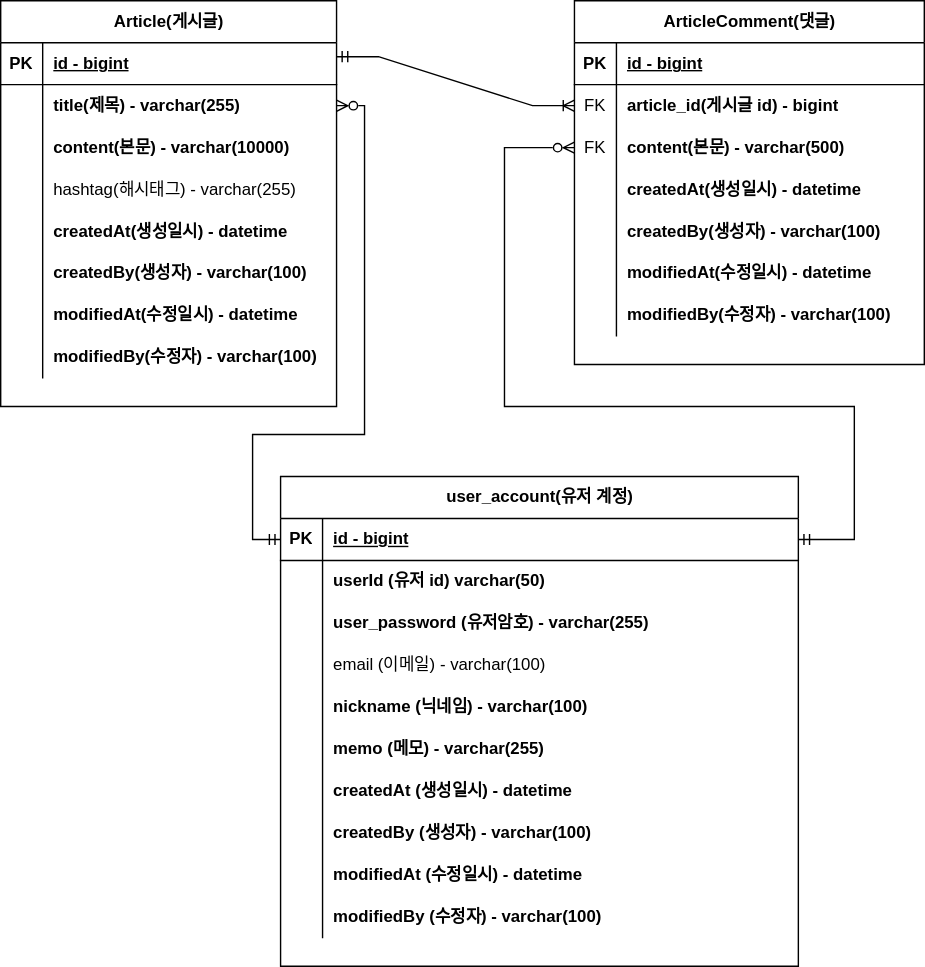
Earlier version of the draw.io export document/project-board-erd.svg (wkdwjdgns0920/fastcampus-project-board). Source tidied: cells renumbered, new cells last; positions are measured from the earlier drawing's top-left corner, leaving out a move shared by most shapes.
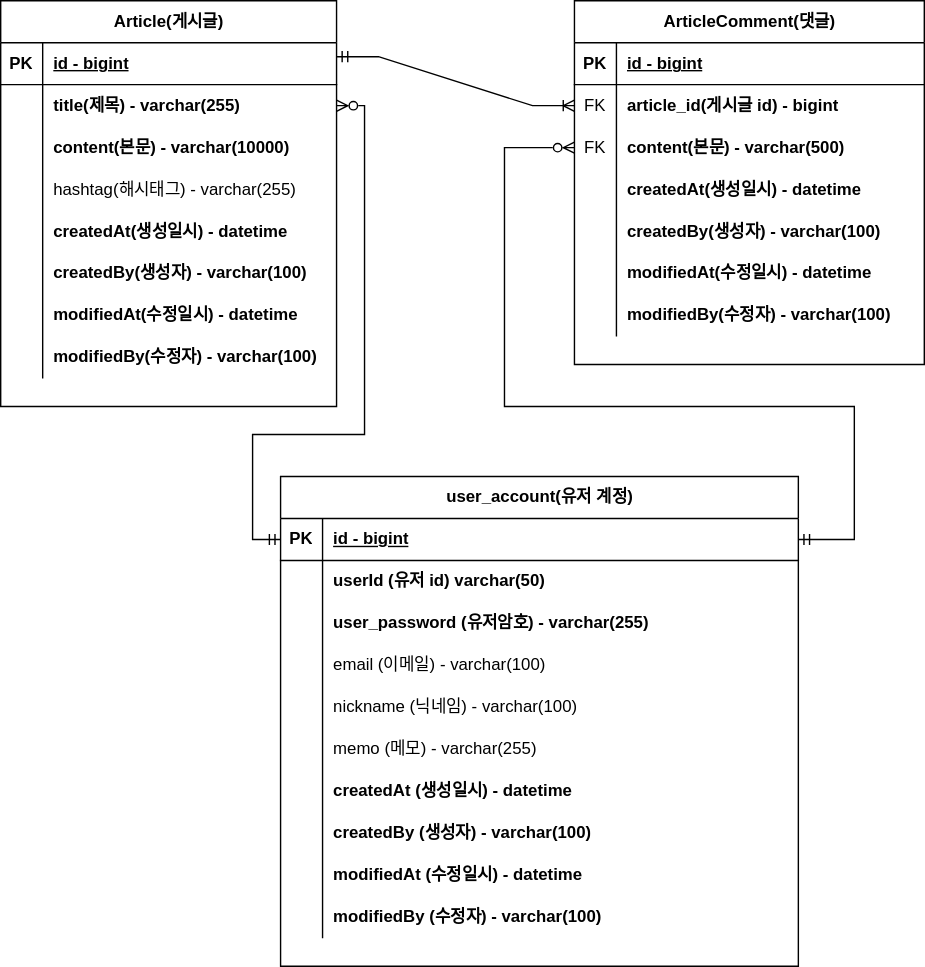
The same diagram one commit later.

Commit message:
#19 : 유저계정테이블 notnull필드 수정 project-board-erd.svg

The edit, as a diff of the source:
```diff
@@ -193,7 +193,7 @@
     <mxCell id="64" style="shape=partialRectangle;fillColor=none;top=0;left=0;bottom=0;right=0;overflow=hidden;whiteSpace=wrap;html=1;" parent="63" vertex="1">
       <mxGeometry width="30" height="30" as="geometry" />
     </mxCell>
-    <mxCell id="65" value="nickname (닉네임) - varchar(100)" style="shape=partialRectangle;fillColor=none;top=0;left=0;bottom=0;right=0;align=left;spacingLeft=6;overflow=hidden;whiteSpace=wrap;html=1;fontStyle=1;" parent="63" vertex="1">
+    <mxCell id="65" value="nickname (닉네임) - varchar(100)" style="shape=partialRectangle;fillColor=none;top=0;left=0;bottom=0;right=0;align=left;spacingLeft=6;overflow=hidden;whiteSpace=wrap;html=1;fontStyle=0;" parent="63" vertex="1">
       <mxGeometry x="30" width="340" height="30" as="geometry" />
     </mxCell>
     <mxCell id="66" style="shape=tableRow;horizontal=0;startSize=0;swimlaneHead=0;swimlaneBody=0;fillColor=none;top=0;left=0;right=0;bottom=0;" parent="50" vertex="1">
@@ -202,7 +202,7 @@
     <mxCell id="67" style="shape=partialRectangle;fillColor=none;top=0;left=0;bottom=0;right=0;overflow=hidden;whiteSpace=wrap;html=1;" parent="66" vertex="1">
       <mxGeometry width="30" height="30" as="geometry" />
     </mxCell>
-    <mxCell id="68" value="memo (메모) - varchar(255)" style="shape=partialRectangle;fillColor=none;top=0;left=0;bottom=0;right=0;align=left;spacingLeft=6;overflow=hidden;whiteSpace=wrap;html=1;fontStyle=1;" parent="66" vertex="1">
+    <mxCell id="68" value="memo (메모) - varchar(255)" style="shape=partialRectangle;fillColor=none;top=0;left=0;bottom=0;right=0;align=left;spacingLeft=6;overflow=hidden;whiteSpace=wrap;html=1;fontStyle=0;" parent="66" vertex="1">
       <mxGeometry x="30" width="340" height="30" as="geometry" />
     </mxCell>
     <mxCell id="69" style="shape=tableRow;horizontal=0;startSize=0;swimlaneHead=0;swimlaneBody=0;fillColor=none;top=0;left=0;right=0;bottom=0;" parent="50" vertex="1">
```
